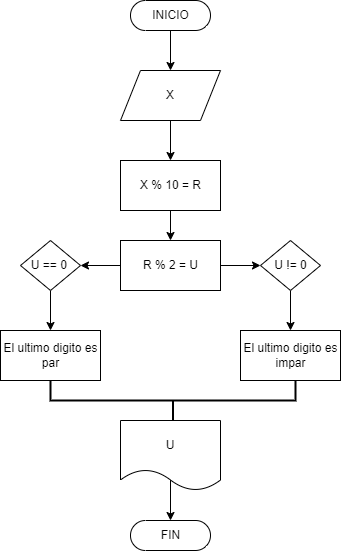
The draw.io diagram ultimo_digito.png in ednyfer2224636/Ultimo-digito, before a commit. Source tidied: cells renumbered, new cells last; positions are measured from the earlier drawing's top-left corner, leaving out a move shared by most shapes. The source it was exported from:
```xml
<mxGraphModel>
  <root>
    <mxCell id="0" />
    <mxCell id="1" parent="0" />
    <mxCell id="2" style="strokeWidth=2;html=1;shape=mxgraph.flowchart.annotation_2;align=left;labelPosition=right;rotation=-90;" parent="1" vertex="1">
      <mxGeometry x="147.5" y="277.5" width="50" height="245" as="geometry" />
    </mxCell>
    <mxCell id="3" style="edgeStyle=none;html=1;exitX=0.5;exitY=0.5;exitDx=0;exitDy=15;exitPerimeter=0;entryX=0.5;entryY=0;entryDx=0;entryDy=0;" parent="1" edge="1" source="4" target="6">
      <mxGeometry relative="1" as="geometry" />
    </mxCell>
    <mxCell id="4" value="INICIO" style="html=1;dashed=0;whitespace=wrap;shape=mxgraph.dfd.start;" parent="1" vertex="1">
      <mxGeometry x="130" width="80" height="30" as="geometry" />
    </mxCell>
    <mxCell id="5" style="edgeStyle=none;html=1;exitX=0.5;exitY=1;exitDx=0;exitDy=0;entryX=0.5;entryY=0;entryDx=0;entryDy=0;" parent="1" edge="1" source="6" target="8">
      <mxGeometry relative="1" as="geometry" />
    </mxCell>
    <mxCell id="6" value="X" style="shape=parallelogram;perimeter=parallelogramPerimeter;whiteSpace=wrap;html=1;dashed=0;" parent="1" vertex="1">
      <mxGeometry x="120" y="70" width="100" height="50" as="geometry" />
    </mxCell>
    <mxCell id="7" style="edgeStyle=none;html=1;exitX=0.5;exitY=1;exitDx=0;exitDy=0;entryX=0.5;entryY=0;entryDx=0;entryDy=0;" parent="1" edge="1" source="8" target="15">
      <mxGeometry relative="1" as="geometry" />
    </mxCell>
    <mxCell id="8" value="X % 10 = R" style="html=1;dashed=0;whitespace=wrap;" parent="1" vertex="1">
      <mxGeometry x="120" y="160" width="100" height="50" as="geometry" />
    </mxCell>
    <mxCell id="9" style="edgeStyle=none;html=1;exitX=0.5;exitY=1;exitDx=0;exitDy=0;entryX=0.5;entryY=0;entryDx=0;entryDy=0;" parent="1" edge="1" source="10" target="17">
      <mxGeometry relative="1" as="geometry" />
    </mxCell>
    <mxCell id="10" value="U == 0&amp;nbsp;" style="shape=rhombus;html=1;dashed=0;whitespace=wrap;perimeter=rhombusPerimeter;" parent="1" vertex="1">
      <mxGeometry x="20" y="240" width="60" height="50" as="geometry" />
    </mxCell>
    <mxCell id="11" style="edgeStyle=none;html=1;exitX=0.5;exitY=1;exitDx=0;exitDy=0;entryX=0.5;entryY=0;entryDx=0;entryDy=0;" parent="1" edge="1" source="12" target="16">
      <mxGeometry relative="1" as="geometry" />
    </mxCell>
    <mxCell id="12" value="U != 0" style="shape=rhombus;html=1;dashed=0;whitespace=wrap;perimeter=rhombusPerimeter;" parent="1" vertex="1">
      <mxGeometry x="260" y="240" width="60" height="50" as="geometry" />
    </mxCell>
    <mxCell id="13" style="edgeStyle=none;html=1;exitX=0;exitY=0.5;exitDx=0;exitDy=0;entryX=1;entryY=0.5;entryDx=0;entryDy=0;" parent="1" edge="1" source="15" target="10">
      <mxGeometry relative="1" as="geometry" />
    </mxCell>
    <mxCell id="14" style="edgeStyle=none;html=1;exitX=1;exitY=0.5;exitDx=0;exitDy=0;entryX=0;entryY=0.5;entryDx=0;entryDy=0;" parent="1" edge="1" source="15" target="12">
      <mxGeometry relative="1" as="geometry" />
    </mxCell>
    <mxCell id="15" value="R % 2 = U" style="html=1;dashed=0;whitespace=wrap;" parent="1" vertex="1">
      <mxGeometry x="120" y="240" width="100" height="50" as="geometry" />
    </mxCell>
    <mxCell id="16" value="El ultimo digito es&lt;br&gt;impar" style="html=1;dashed=0;whitespace=wrap;" parent="1" vertex="1">
      <mxGeometry x="240" y="330" width="100" height="50" as="geometry" />
    </mxCell>
    <mxCell id="17" value="El ultimo digito es&lt;br&gt;par" style="html=1;dashed=0;whitespace=wrap;" parent="1" vertex="1">
      <mxGeometry y="330" width="100" height="50" as="geometry" />
    </mxCell>
    <mxCell id="18" value="FIN" style="html=1;dashed=0;whitespace=wrap;shape=mxgraph.dfd.start;" parent="1" vertex="1">
      <mxGeometry x="130" y="520" width="80" height="30" as="geometry" />
    </mxCell>
    <mxCell id="19" style="edgeStyle=none;html=1;exitX=0.5;exitY=0;exitDx=0;exitDy=0;entryX=0.5;entryY=0.5;entryDx=0;entryDy=-15;entryPerimeter=0;" parent="1" edge="1" source="20" target="18">
      <mxGeometry relative="1" as="geometry" />
    </mxCell>
    <mxCell id="20" value="U" style="shape=document;whiteSpace=wrap;html=1;boundedLbl=1;dashed=0;flipH=1;" parent="1" vertex="1">
      <mxGeometry x="120" y="420" width="100" height="70" as="geometry" />
    </mxCell>
  </root>
</mxGraphModel>
```
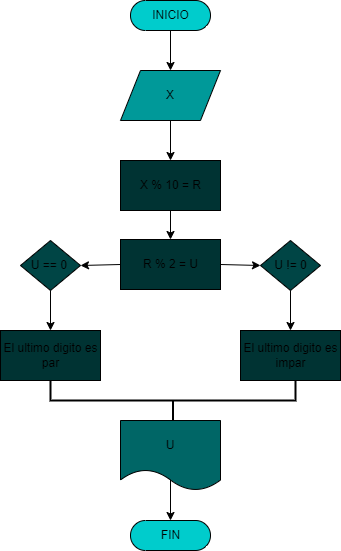
The same file after the commit.

Diff of the diagram source:
```diff
@@ -8,31 +8,31 @@
     <mxCell id="3" style="edgeStyle=none;html=1;exitX=0.5;exitY=0.5;exitDx=0;exitDy=15;exitPerimeter=0;entryX=0.5;entryY=0;entryDx=0;entryDy=0;" parent="1" edge="1" source="4" target="6">
       <mxGeometry relative="1" as="geometry" />
     </mxCell>
-    <mxCell id="4" value="INICIO" style="html=1;dashed=0;whitespace=wrap;shape=mxgraph.dfd.start;" parent="1" vertex="1">
+    <mxCell id="4" value="INICIO" style="html=1;dashed=0;whitespace=wrap;shape=mxgraph.dfd.start;fillColor=#00CCCC;" parent="1" vertex="1">
       <mxGeometry x="130" width="80" height="30" as="geometry" />
     </mxCell>
     <mxCell id="5" style="edgeStyle=none;html=1;exitX=0.5;exitY=1;exitDx=0;exitDy=0;entryX=0.5;entryY=0;entryDx=0;entryDy=0;" parent="1" edge="1" source="6" target="8">
       <mxGeometry relative="1" as="geometry" />
     </mxCell>
-    <mxCell id="6" value="X" style="shape=parallelogram;perimeter=parallelogramPerimeter;whiteSpace=wrap;html=1;dashed=0;" parent="1" vertex="1">
+    <mxCell id="6" value="X" style="shape=parallelogram;perimeter=parallelogramPerimeter;whiteSpace=wrap;html=1;dashed=0;fillColor=#009999;" parent="1" vertex="1">
       <mxGeometry x="120" y="70" width="100" height="50" as="geometry" />
     </mxCell>
     <mxCell id="7" style="edgeStyle=none;html=1;exitX=0.5;exitY=1;exitDx=0;exitDy=0;entryX=0.5;entryY=0;entryDx=0;entryDy=0;" parent="1" edge="1" source="8" target="15">
       <mxGeometry relative="1" as="geometry" />
     </mxCell>
-    <mxCell id="8" value="X % 10 = R" style="html=1;dashed=0;whitespace=wrap;" parent="1" vertex="1">
+    <mxCell id="8" value="X % 10 = R" style="html=1;dashed=0;whitespace=wrap;fillColor=#003333;" parent="1" vertex="1">
       <mxGeometry x="120" y="160" width="100" height="50" as="geometry" />
     </mxCell>
     <mxCell id="9" style="edgeStyle=none;html=1;exitX=0.5;exitY=1;exitDx=0;exitDy=0;entryX=0.5;entryY=0;entryDx=0;entryDy=0;" parent="1" edge="1" source="10" target="17">
       <mxGeometry relative="1" as="geometry" />
     </mxCell>
-    <mxCell id="10" value="U == 0&amp;nbsp;" style="shape=rhombus;html=1;dashed=0;whitespace=wrap;perimeter=rhombusPerimeter;" parent="1" vertex="1">
+    <mxCell id="10" value="U == 0&amp;nbsp;" style="shape=rhombus;html=1;dashed=0;whitespace=wrap;perimeter=rhombusPerimeter;fillColor=#004545;" parent="1" vertex="1">
       <mxGeometry x="20" y="240" width="60" height="50" as="geometry" />
     </mxCell>
     <mxCell id="11" style="edgeStyle=none;html=1;exitX=0.5;exitY=1;exitDx=0;exitDy=0;entryX=0.5;entryY=0;entryDx=0;entryDy=0;" parent="1" edge="1" source="12" target="16">
       <mxGeometry relative="1" as="geometry" />
     </mxCell>
-    <mxCell id="12" value="U != 0" style="shape=rhombus;html=1;dashed=0;whitespace=wrap;perimeter=rhombusPerimeter;" parent="1" vertex="1">
+    <mxCell id="12" value="U != 0" style="shape=rhombus;html=1;dashed=0;whitespace=wrap;perimeter=rhombusPerimeter;fillColor=#004545;" parent="1" vertex="1">
       <mxGeometry x="260" y="240" width="60" height="50" as="geometry" />
     </mxCell>
     <mxCell id="13" style="edgeStyle=none;html=1;exitX=0;exitY=0.5;exitDx=0;exitDy=0;entryX=1;entryY=0.5;entryDx=0;entryDy=0;" parent="1" edge="1" source="15" target="10">
@@ -41,22 +41,22 @@
     <mxCell id="14" style="edgeStyle=none;html=1;exitX=1;exitY=0.5;exitDx=0;exitDy=0;entryX=0;entryY=0.5;entryDx=0;entryDy=0;" parent="1" edge="1" source="15" target="12">
       <mxGeometry relative="1" as="geometry" />
     </mxCell>
-    <mxCell id="15" value="R % 2 = U" style="html=1;dashed=0;whitespace=wrap;" parent="1" vertex="1">
-      <mxGeometry x="120" y="240" width="100" height="50" as="geometry" />
+    <mxCell id="15" value="R % 2 = U" style="html=1;dashed=0;whitespace=wrap;fillColor=#003333;" parent="1" vertex="1">
+      <mxGeometry x="120" y="239" width="100" height="50" as="geometry" />
     </mxCell>
-    <mxCell id="16" value="El ultimo digito es&lt;br&gt;impar" style="html=1;dashed=0;whitespace=wrap;" parent="1" vertex="1">
+    <mxCell id="16" value="El ultimo digito es&lt;br&gt;impar" style="html=1;dashed=0;whitespace=wrap;fillColor=#003333;" parent="1" vertex="1">
       <mxGeometry x="240" y="330" width="100" height="50" as="geometry" />
     </mxCell>
-    <mxCell id="17" value="El ultimo digito es&lt;br&gt;par" style="html=1;dashed=0;whitespace=wrap;" parent="1" vertex="1">
+    <mxCell id="17" value="El ultimo digito es&lt;br&gt;par" style="html=1;dashed=0;whitespace=wrap;fillColor=#003333;" parent="1" vertex="1">
       <mxGeometry y="330" width="100" height="50" as="geometry" />
     </mxCell>
-    <mxCell id="18" value="FIN" style="html=1;dashed=0;whitespace=wrap;shape=mxgraph.dfd.start;" parent="1" vertex="1">
+    <mxCell id="18" value="FIN" style="html=1;dashed=0;whitespace=wrap;shape=mxgraph.dfd.start;fillColor=#00CCCC;" parent="1" vertex="1">
       <mxGeometry x="130" y="520" width="80" height="30" as="geometry" />
     </mxCell>
     <mxCell id="19" style="edgeStyle=none;html=1;exitX=0.5;exitY=0;exitDx=0;exitDy=0;entryX=0.5;entryY=0.5;entryDx=0;entryDy=-15;entryPerimeter=0;" parent="1" edge="1" source="20" target="18">
       <mxGeometry relative="1" as="geometry" />
     </mxCell>
-    <mxCell id="20" value="U" style="shape=document;whiteSpace=wrap;html=1;boundedLbl=1;dashed=0;flipH=1;" parent="1" vertex="1">
+    <mxCell id="20" value="U" style="shape=document;whiteSpace=wrap;html=1;boundedLbl=1;dashed=0;flipH=1;fillColor=#006666;" parent="1" vertex="1">
       <mxGeometry x="120" y="420" width="100" height="70" as="geometry" />
     </mxCell>
   </root>
```
